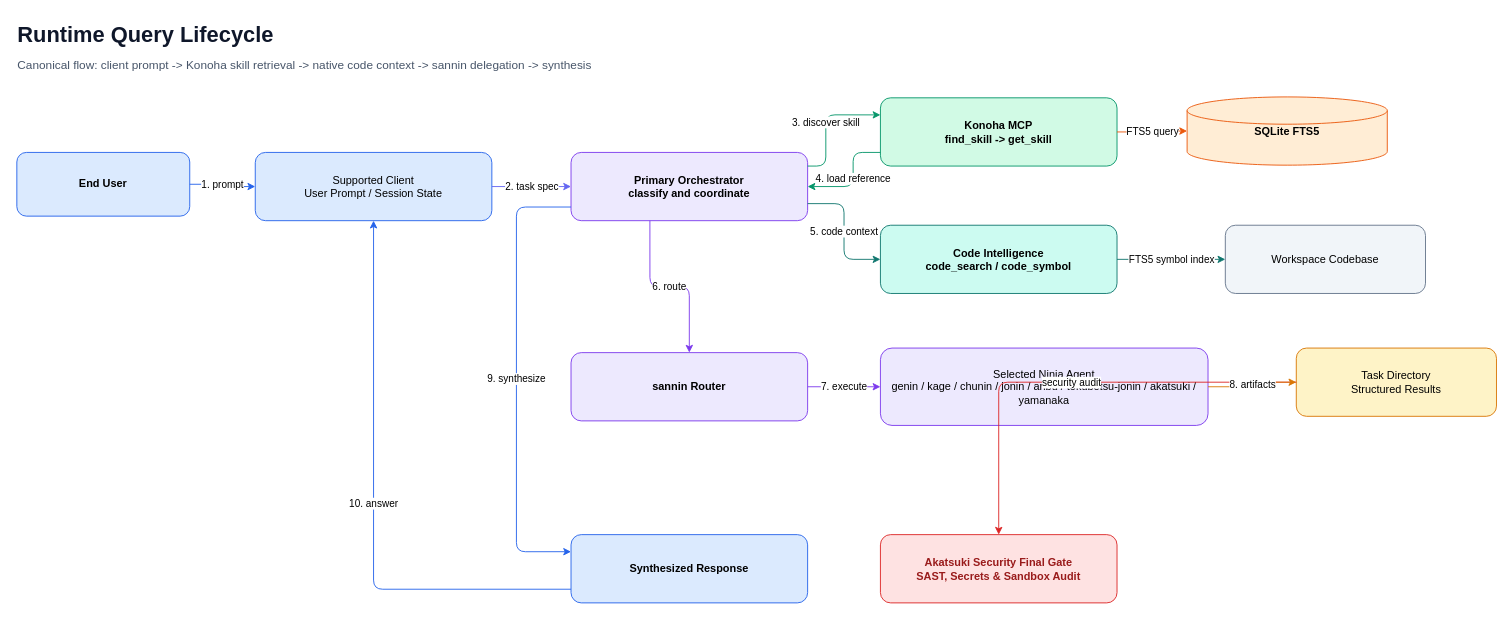
This is page "02 Runtime Query Lifecycle" (2 of 18) of docs/diagrams/konoha-architecture.drawio from andycungkrinx91/konoha, a draw.io file, before an edit. Source tidied: cells renumbered, new cells numbered last; positions are measured from the earlier drawing's top-left corner, leaving out a move shared by most shapes. Both pictures are drawn from the tidied source at 91%, with x=0, y=0 at pixel (15, 15).
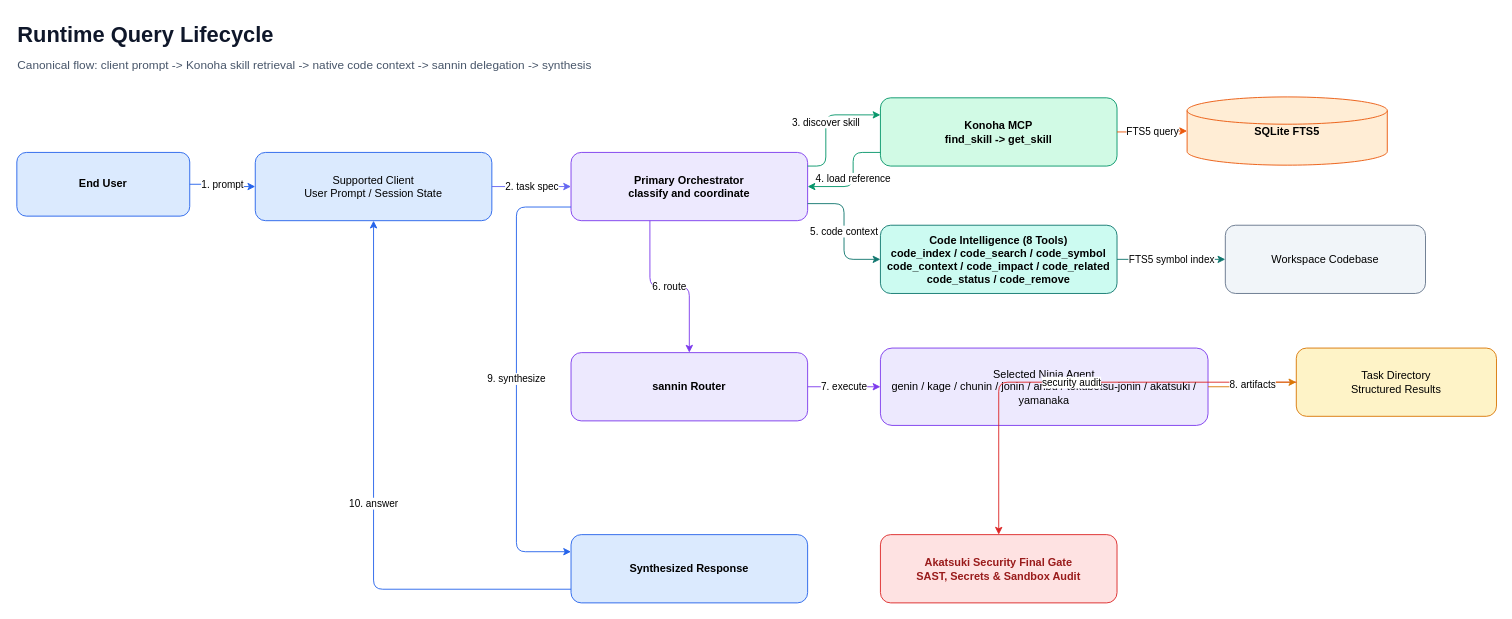
After the change.

Diff of the diagram source:
```diff
@@
-    <mxCell id="9" value="Code Intelligence&#10;code_search / code_symbol" style="rounded=1;html=1;whiteSpace=wrap;fillColor=#ccfbf1;strokeColor=#0f766e;fontStyle=1;overflow=visible;" parent="1" vertex="1">
+    <mxCell id="9" value="Code Intelligence (8 Tools)&#10;code_index / code_search / code_symbol&#10;code_context / code_impact / code_related&#10;code_status / code_remove" style="rounded=1;html=1;whiteSpace=wrap;fillColor=#ccfbf1;strokeColor=#0f766e;fontStyle=1;overflow=visible;" parent="1" vertex="1">
       <mxGeometry x="950" y="230" width="260" height="75" as="geometry" />
     </mxCell>
```
